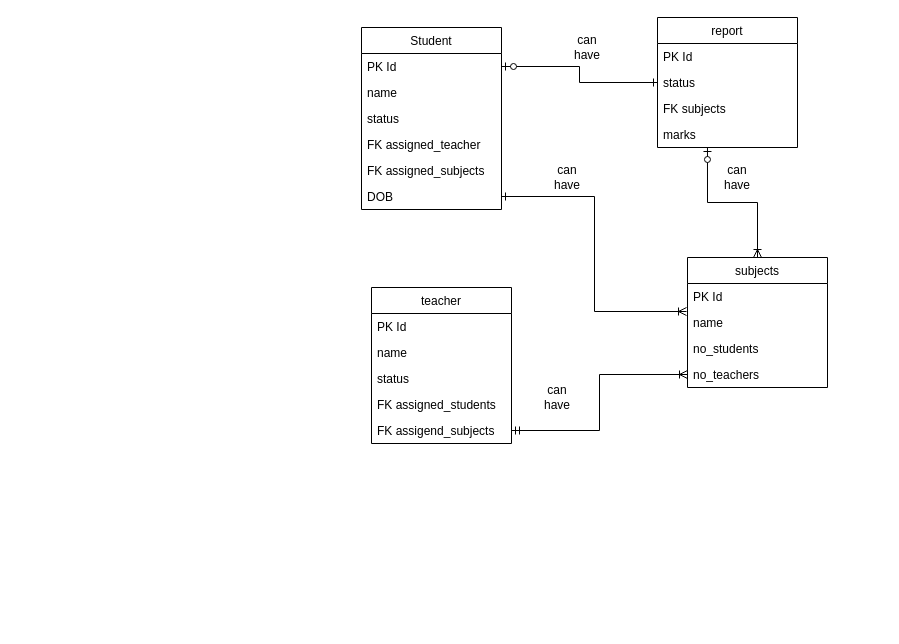
This is school database.drawio from mokoenacks/Public-School-Database, a draw.io file, before an edit. Source tidied: cells renumbered, new cells numbered last; positions are measured from the earlier drawing's top-left corner, leaving out a move shared by most shapes. Both pictures are drawn from the tidied source at 100%, with x=0, y=0 at pixel (361, 17).
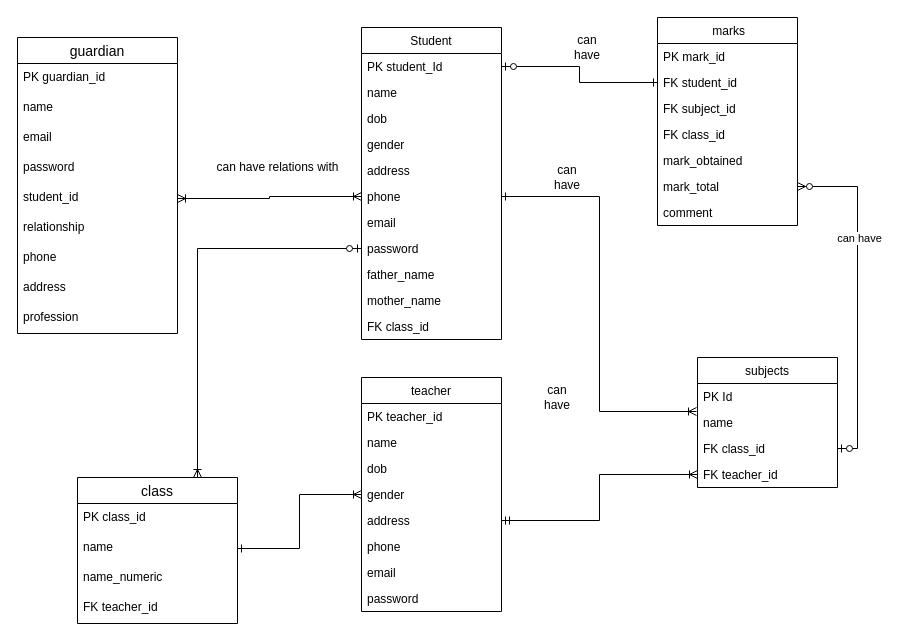
The same page after the edit.

What changed in the source:
```diff
@@
     <mxCell id="2" value="Student" style="swimlane;fontStyle=0;horizontal=1;startSize=26;fillColor=none;" parent="1" vertex="1">
-      <mxGeometry y="10" width="140" height="182" as="geometry" />
+      <mxGeometry y="10" width="140" height="312" as="geometry" />
     </mxCell>
-    <mxCell id="3" value="PK Id" style="text;strokeColor=none;fillColor=none;align=left;verticalAlign=top;spacingLeft=4;spacingRight=4;overflow=hidden;points=[[0,0.5],[1,0.5]];portConstraint=eastwest;" parent="2" vertex="1">
+    <mxCell id="3" value="PK student_Id" style="text;strokeColor=none;fillColor=none;align=left;verticalAlign=top;spacingLeft=4;spacingRight=4;overflow=hidden;points=[[0,0.5],[1,0.5]];portConstraint=eastwest;" parent="2" vertex="1">
       <mxGeometry y="26" width="140" height="26" as="geometry" />
     </mxCell>
@@
-    <mxCell id="5" value="status" style="text;strokeColor=none;fillColor=none;align=left;verticalAlign=top;spacingLeft=4;spacingRight=4;overflow=hidden;" parent="2" vertex="1">
+    <mxCell id="5" value="dob" style="text;strokeColor=none;fillColor=none;align=left;verticalAlign=top;spacingLeft=4;spacingRight=4;overflow=hidden;" parent="2" vertex="1">
       <mxGeometry y="78" width="140" height="26" as="geometry" />
     </mxCell>
-    <mxCell id="6" value="FK assigned_teacher" style="text;strokeColor=none;fillColor=none;align=left;verticalAlign=top;spacingLeft=4;spacingRight=4;overflow=hidden;" parent="2" vertex="1">
+    <mxCell id="6" value="gender" style="text;strokeColor=none;fillColor=none;align=left;verticalAlign=top;spacingLeft=4;spacingRight=4;overflow=hidden;" parent="2" vertex="1">
       <mxGeometry y="104" width="140" height="26" as="geometry" />
     </mxCell>
-    <mxCell id="7" value="FK assigned_subjects" style="text;strokeColor=none;fillColor=none;align=left;verticalAlign=top;spacingLeft=4;spacingRight=4;overflow=hidden;" parent="2" vertex="1">
+    <mxCell id="7" value="address" style="text;strokeColor=none;fillColor=none;align=left;verticalAlign=top;spacingLeft=4;spacingRight=4;overflow=hidden;" parent="2" vertex="1">
       <mxGeometry y="130" width="140" height="26" as="geometry" />
     </mxCell>
-    <mxCell id="8" value="DOB" style="text;strokeColor=none;fillColor=none;align=left;verticalAlign=top;spacingLeft=4;spacingRight=4;overflow=hidden;points=[[0,0.5],[1,0.5]];portConstraint=eastwest;" parent="2" vertex="1">
+    <mxCell id="8" value="phone" style="text;strokeColor=none;fillColor=none;align=left;verticalAlign=top;spacingLeft=4;spacingRight=4;overflow=hidden;points=[[0,0.5],[1,0.5]];portConstraint=eastwest;" parent="2" vertex="1">
       <mxGeometry y="156" width="140" height="26" as="geometry" />
     </mxCell>
+    <mxCell id="33" value="email" style="text;strokeColor=none;fillColor=none;align=left;verticalAlign=top;spacingLeft=4;spacingRight=4;overflow=hidden;" parent="2" vertex="1">
+      <mxGeometry y="182" width="140" height="26" as="geometry" />
+    </mxCell>
+    <mxCell id="34" value="password" style="text;strokeColor=none;fillColor=none;align=left;verticalAlign=top;spacingLeft=4;spacingRight=4;overflow=hidden;points=[[0,0.5],[1,0.5]];portConstraint=eastwest;" parent="2" vertex="1">
+      <mxGeometry y="208" width="140" height="26" as="geometry" />
+    </mxCell>
+    <mxCell id="35" value="father_name" style="text;strokeColor=none;fillColor=none;align=left;verticalAlign=top;spacingLeft=4;spacingRight=4;overflow=hidden;" parent="2" vertex="1">
+      <mxGeometry y="234" width="140" height="26" as="geometry" />
+    </mxCell>
+    <mxCell id="36" value="mother_name" style="text;strokeColor=none;fillColor=none;align=left;verticalAlign=top;spacingLeft=4;spacingRight=4;overflow=hidden;" parent="2" vertex="1">
+      <mxGeometry y="260" width="140" height="26" as="geometry" />
+    </mxCell>
+    <mxCell id="37" value="FK class_id" style="text;strokeColor=none;fillColor=none;align=left;verticalAlign=top;spacingLeft=4;spacingRight=4;overflow=hidden;" parent="2" vertex="1">
+      <mxGeometry y="286" width="140" height="26" as="geometry" />
+    </mxCell>
     <mxCell id="9" value="teacher" style="swimlane;fontStyle=0;horizontal=1;startSize=26;fillColor=none;" parent="1" vertex="1">
-      <mxGeometry x="10" y="270" width="140" height="156" as="geometry" />
+      <mxGeometry y="360" width="140" height="234" as="geometry" />
     </mxCell>
-    <mxCell id="10" value="PK Id" style="text;strokeColor=none;fillColor=none;align=left;verticalAlign=top;spacingLeft=4;spacingRight=4;overflow=hidden;" parent="9" vertex="1">
+    <mxCell id="10" value="PK teacher_id" style="text;strokeColor=none;fillColor=none;align=left;verticalAlign=top;spacingLeft=4;spacingRight=4;overflow=hidden;" parent="9" vertex="1">
       <mxGeometry y="26" width="140" height="26" as="geometry" />
     </mxCell>
@@
-    <mxCell id="12" value="status" style="text;strokeColor=none;fillColor=none;align=left;verticalAlign=top;spacingLeft=4;spacingRight=4;overflow=hidden;" parent="9" vertex="1">
+    <mxCell id="12" value="dob" style="text;strokeColor=none;fillColor=none;align=left;verticalAlign=top;spacingLeft=4;spacingRight=4;overflow=hidden;" parent="9" vertex="1">
       <mxGeometry y="78" width="140" height="26" as="geometry" />
     </mxCell>
-    <mxCell id="13" value="FK assigned_students" style="text;strokeColor=none;fillColor=none;align=left;verticalAlign=top;spacingLeft=4;spacingRight=4;overflow=hidden;points=[[0,0.5],[1,0.5]];portConstraint=eastwest;" parent="9" vertex="1">
+    <mxCell id="13" value="gender" style="text;strokeColor=none;fillColor=none;align=left;verticalAlign=top;spacingLeft=4;spacingRight=4;overflow=hidden;points=[[0,0.5],[1,0.5]];portConstraint=eastwest;" parent="9" vertex="1">
       <mxGeometry y="104" width="140" height="26" as="geometry" />
     </mxCell>
-    <mxCell id="14" value="FK assigend_subjects" style="text;strokeColor=none;fillColor=none;align=left;verticalAlign=top;spacingLeft=4;spacingRight=4;overflow=hidden;points=[[0,0.5],[1,0.5]];portConstraint=eastwest;" parent="9" vertex="1">
+    <mxCell id="14" value="address" style="text;strokeColor=none;fillColor=none;align=left;verticalAlign=top;spacingLeft=4;spacingRight=4;overflow=hidden;points=[[0,0.5],[1,0.5]];portConstraint=eastwest;" parent="9" vertex="1">
       <mxGeometry y="130" width="140" height="26" as="geometry" />
     </mxCell>
-    <mxCell id="15" style="edgeStyle=orthogonalEdgeStyle;rounded=0;jettySize=auto;html=1;entryX=0.357;entryY=1;entryDx=0;entryDy=0;entryPerimeter=0;startArrow=ERoneToMany;startFill=0;endArrow=ERzeroToOne;endFill=1;" parent="1" edge="1" source="16" target="25">
-      <mxGeometry relative="1" as="geometry" />
-    </mxCell>
+    <mxCell id="38" value="phone" style="text;strokeColor=none;fillColor=none;align=left;verticalAlign=top;spacingLeft=4;spacingRight=4;overflow=hidden;" parent="9" vertex="1">
+      <mxGeometry y="156" width="140" height="26" as="geometry" />
+    </mxCell>
+    <mxCell id="39" value="email" style="text;strokeColor=none;fillColor=none;align=left;verticalAlign=top;spacingLeft=4;spacingRight=4;overflow=hidden;" parent="9" vertex="1">
+      <mxGeometry y="182" width="140" height="26" as="geometry" />
+    </mxCell>
+    <mxCell id="40" value="password" style="text;strokeColor=none;fillColor=none;align=left;verticalAlign=top;spacingLeft=4;spacingRight=4;overflow=hidden;" parent="9" vertex="1">
+      <mxGeometry y="208" width="140" height="26" as="geometry" />
+    </mxCell>
     <mxCell id="16" value="subjects" style="swimlane;fontStyle=0;horizontal=1;startSize=26;fillColor=none;" parent="1" vertex="1">
-      <mxGeometry x="326" y="240" width="140" height="130" as="geometry" />
+      <mxGeometry x="336" y="340" width="140" height="130" as="geometry" />
     </mxCell>
@@
-    <mxCell id="19" value="no_students" style="text;strokeColor=none;fillColor=none;align=left;verticalAlign=top;spacingLeft=4;spacingRight=4;overflow=hidden;points=[[0,0.5],[1,0.5]];portConstraint=eastwest;" parent="16" vertex="1">
+    <mxCell id="19" value="FK class_id" style="text;strokeColor=none;fillColor=none;align=left;verticalAlign=top;spacingLeft=4;spacingRight=4;overflow=hidden;points=[[0,0.5],[1,0.5]];portConstraint=eastwest;" parent="16" vertex="1">
       <mxGeometry y="78" width="140" height="26" as="geometry" />
     </mxCell>
-    <mxCell id="20" value="no_teachers" style="text;strokeColor=none;fillColor=none;align=left;verticalAlign=top;spacingLeft=4;spacingRight=4;overflow=hidden;points=[[0,0.5],[1,0.5]];portConstraint=eastwest;" parent="16" vertex="1">
+    <mxCell id="20" value="FK teacher_id" style="text;strokeColor=none;fillColor=none;align=left;verticalAlign=top;spacingLeft=4;spacingRight=4;overflow=hidden;points=[[0,0.5],[1,0.5]];portConstraint=eastwest;" parent="16" vertex="1">
       <mxGeometry y="104" width="140" height="26" as="geometry" />
     </mxCell>
-    <mxCell id="21" value="report" style="swimlane;fontStyle=0;horizontal=1;startSize=26;fillColor=none;" parent="1" vertex="1">
-      <mxGeometry x="296" width="140" height="130" as="geometry" />
+    <mxCell id="21" value=" marks" style="swimlane;fontStyle=0;horizontal=1;startSize=26;fillColor=none;" parent="1" vertex="1">
+      <mxGeometry x="296" width="140" height="208" as="geometry" />
     </mxCell>
-    <mxCell id="22" value="PK Id" style="text;strokeColor=none;fillColor=none;align=left;verticalAlign=top;spacingLeft=4;spacingRight=4;overflow=hidden;" parent="21" vertex="1">
+    <mxCell id="22" value="PK mark_id" style="text;strokeColor=none;fillColor=none;align=left;verticalAlign=top;spacingLeft=4;spacingRight=4;overflow=hidden;" parent="21" vertex="1">
       <mxGeometry y="26" width="140" height="26" as="geometry" />
     </mxCell>
-    <mxCell id="23" value="status" style="text;strokeColor=none;fillColor=none;align=left;verticalAlign=top;spacingLeft=4;spacingRight=4;overflow=hidden;points=[[0,0.5],[1,0.5]];portConstraint=eastwest;" parent="21" vertex="1">
+    <mxCell id="23" value="FK student_id" style="text;strokeColor=none;fillColor=none;align=left;verticalAlign=top;spacingLeft=4;spacingRight=4;overflow=hidden;points=[[0,0.5],[1,0.5]];portConstraint=eastwest;" parent="21" vertex="1">
       <mxGeometry y="52" width="140" height="26" as="geometry" />
     </mxCell>
-    <mxCell id="24" value="FK subjects" style="text;strokeColor=none;fillColor=none;align=left;verticalAlign=top;spacingLeft=4;spacingRight=4;overflow=hidden;" parent="21" vertex="1">
+    <mxCell id="24" value="FK subject_id" style="text;strokeColor=none;fillColor=none;align=left;verticalAlign=top;spacingLeft=4;spacingRight=4;overflow=hidden;" parent="21" vertex="1">
       <mxGeometry y="78" width="140" height="26" as="geometry" />
     </mxCell>
-    <mxCell id="25" value="marks" style="text;strokeColor=none;fillColor=none;align=left;verticalAlign=top;spacingLeft=4;spacingRight=4;overflow=hidden;points=[[0,0.5],[1,0.5]];portConstraint=eastwest;" parent="21" vertex="1">
+    <mxCell id="25" value="FK class_id" style="text;strokeColor=none;fillColor=none;align=left;verticalAlign=top;spacingLeft=4;spacingRight=4;overflow=hidden;points=[[0,0.5],[1,0.5]];portConstraint=eastwest;" parent="21" vertex="1">
       <mxGeometry y="104" width="140" height="26" as="geometry" />
     </mxCell>
+    <mxCell id="41" value="mark_obtained" style="text;strokeColor=none;fillColor=none;align=left;verticalAlign=top;spacingLeft=4;spacingRight=4;overflow=hidden;" parent="21" vertex="1">
+      <mxGeometry y="130" width="140" height="26" as="geometry" />
+    </mxCell>
+    <mxCell id="42" value="mark_total" style="text;strokeColor=none;fillColor=none;align=left;verticalAlign=top;spacingLeft=4;spacingRight=4;overflow=hidden;points=[[0,0.5],[1,0.5]];portConstraint=eastwest;" parent="21" vertex="1">
+      <mxGeometry y="156" width="140" height="26" as="geometry" />
+    </mxCell>
+    <mxCell id="43" value="comment" style="text;strokeColor=none;fillColor=none;align=left;verticalAlign=top;spacingLeft=4;spacingRight=4;overflow=hidden;" parent="21" vertex="1">
+      <mxGeometry y="182" width="140" height="26" as="geometry" />
+    </mxCell>
@@
+    <mxCell id="44" value="guardian" style="swimlane;fontStyle=0;horizontal=1;startSize=26;align=center;fontSize=14;" parent="1" vertex="1">
+      <mxGeometry x="-344" y="20" width="160" height="296" as="geometry" />
+    </mxCell>
+    <mxCell id="45" value="PK guardian_id" style="text;strokeColor=none;fillColor=none;spacingLeft=4;spacingRight=4;overflow=hidden;fontSize=12;" parent="44" vertex="1">
+      <mxGeometry y="26" width="160" height="30" as="geometry" />
+    </mxCell>
+    <mxCell id="46" value="name" style="text;strokeColor=none;fillColor=none;spacingLeft=4;spacingRight=4;overflow=hidden;fontSize=12;" parent="44" vertex="1">
+      <mxGeometry y="56" width="160" height="30" as="geometry" />
+    </mxCell>
+    <mxCell id="47" value="email" style="text;strokeColor=none;fillColor=none;spacingLeft=4;spacingRight=4;overflow=hidden;fontSize=12;" parent="44" vertex="1">
+      <mxGeometry y="86" width="160" height="30" as="geometry" />
+    </mxCell>
+    <mxCell id="48" value="password" style="text;strokeColor=none;fillColor=none;spacingLeft=4;spacingRight=4;overflow=hidden;fontSize=12;" parent="44" vertex="1">
+      <mxGeometry y="116" width="160" height="30" as="geometry" />
+    </mxCell>
+    <mxCell id="49" value="student_id" style="text;strokeColor=none;fillColor=none;spacingLeft=4;spacingRight=4;overflow=hidden;points=[[0,0.5],[1,0.5]];portConstraint=eastwest;fontSize=12;" parent="44" vertex="1">
+      <mxGeometry y="146" width="160" height="30" as="geometry" />
+    </mxCell>
+    <mxCell id="50" value="relationship" style="text;strokeColor=none;fillColor=none;spacingLeft=4;spacingRight=4;overflow=hidden;fontSize=12;" parent="44" vertex="1">
+      <mxGeometry y="176" width="160" height="30" as="geometry" />
+    </mxCell>
+    <mxCell id="51" value="phone" style="text;strokeColor=none;fillColor=none;spacingLeft=4;spacingRight=4;overflow=hidden;fontSize=12;" parent="44" vertex="1">
+      <mxGeometry y="206" width="160" height="30" as="geometry" />
+    </mxCell>
+    <mxCell id="52" value="address" style="text;strokeColor=none;fillColor=none;spacingLeft=4;spacingRight=4;overflow=hidden;fontSize=12;" parent="44" vertex="1">
+      <mxGeometry y="236" width="160" height="30" as="geometry" />
+    </mxCell>
+    <mxCell id="53" value="profession" style="text;strokeColor=none;fillColor=none;spacingLeft=4;spacingRight=4;overflow=hidden;fontSize=12;" parent="44" vertex="1">
+      <mxGeometry y="266" width="160" height="30" as="geometry" />
+    </mxCell>
+    <mxCell id="54" style="edgeStyle=orthogonalEdgeStyle;rounded=0;jettySize=auto;html=1;entryX=0;entryY=0.5;entryDx=0;entryDy=0;startArrow=ERoneToMany;startFill=0;endArrow=ERoneToMany;endFill=0;" parent="1" edge="1" source="49" target="8">
+      <mxGeometry relative="1" as="geometry" />
+    </mxCell>
+    <mxCell id="55" value="can have relations with" style="text;html=1;align=center;verticalAlign=middle;strokeColor=none;" parent="1" vertex="1">
+      <mxGeometry x="-154" y="140" width="140" height="20" as="geometry" />
+    </mxCell>
+    <mxCell id="56" value="class" style="swimlane;fontStyle=0;horizontal=1;startSize=26;align=center;fontSize=14;" parent="1" vertex="1">
+      <mxGeometry x="-284" y="460" width="160" height="146" as="geometry" />
+    </mxCell>
+    <mxCell id="57" value="PK class_id" style="text;strokeColor=none;fillColor=none;spacingLeft=4;spacingRight=4;overflow=hidden;fontSize=12;" parent="56" vertex="1">
+      <mxGeometry y="26" width="160" height="30" as="geometry" />
+    </mxCell>
+    <mxCell id="58" value="name" style="text;strokeColor=none;fillColor=none;spacingLeft=4;spacingRight=4;overflow=hidden;points=[[0,0.5],[1,0.5]];portConstraint=eastwest;fontSize=12;" parent="56" vertex="1">
+      <mxGeometry y="56" width="160" height="30" as="geometry" />
+    </mxCell>
+    <mxCell id="59" value="name_numeric" style="text;strokeColor=none;fillColor=none;spacingLeft=4;spacingRight=4;overflow=hidden;fontSize=12;" parent="56" vertex="1">
+      <mxGeometry y="86" width="160" height="30" as="geometry" />
+    </mxCell>
+    <mxCell id="60" value="FK teacher_id" style="text;strokeColor=none;fillColor=none;spacingLeft=4;spacingRight=4;overflow=hidden;fontSize=12;" parent="56" vertex="1">
+      <mxGeometry y="116" width="160" height="30" as="geometry" />
+    </mxCell>
+    <mxCell id="61" style="edgeStyle=orthogonalEdgeStyle;rounded=0;jettySize=auto;html=1;entryX=0;entryY=0.5;entryDx=0;entryDy=0;startArrow=ERone;startFill=0;endArrow=ERoneToMany;endFill=0;" parent="1" edge="1" source="58" target="13">
+      <mxGeometry relative="1" as="geometry" />
+    </mxCell>
+    <mxCell id="62" style="edgeStyle=orthogonalEdgeStyle;rounded=0;jettySize=auto;html=1;exitX=0;exitY=0.5;exitDx=0;exitDy=0;entryX=0.75;entryY=0;entryDx=0;entryDy=0;startArrow=ERzeroToOne;startFill=1;endArrow=ERoneToMany;endFill=0;" parent="1" edge="1" source="34" target="56">
+      <mxGeometry relative="1" as="geometry" />
+    </mxCell>
+    <mxCell id="63" style="edgeStyle=orthogonalEdgeStyle;rounded=0;jettySize=auto;html=1;exitX=1;exitY=0.5;exitDx=0;exitDy=0;entryX=1;entryY=0.5;entryDx=0;entryDy=0;startArrow=ERzeroToMany;startFill=1;endArrow=ERzeroToOne;endFill=1;" parent="1" edge="1" source="42" target="19">
+      <mxGeometry relative="1" as="geometry" />
+    </mxCell>
-    <mxCell id="32" value="can have" style="text;html=1;strokeColor=none;fillColor=none;align=center;verticalAlign=middle;whiteSpace=wrap;rounded=0;" parent="1" vertex="1">
-      <mxGeometry x="356" y="150" width="40" height="20" as="geometry" />
+    <mxCell id="32" value="can have" style="edgeLabel;html=1;align=center;verticalAlign=middle;" parent="63" vertex="1">
+      <mxGeometry x="-0.35" y="1" relative="1" as="geometry" />
     </mxCell>
```
